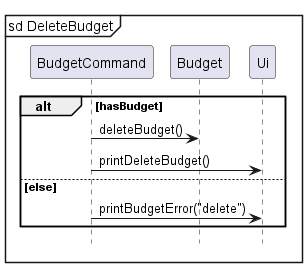
Earlier version of the PlantUML export docs/images/deleteBudget.png (nus-cs2113-AY2324S1/tp).
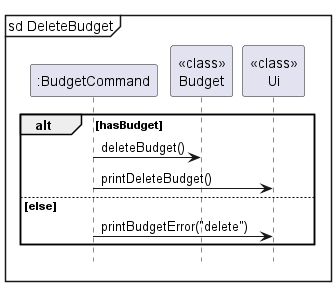
Above is the later version.

Diff of the diagram source:
```diff
@@ -1,9 +1,9 @@
 @startuml
 
 mainframe sd DeleteBudget
-participant BudgetCommand
-participant Budget
-participant Ui
+participant ":BudgetCommand" as BudgetCommand
+participant "<<class>>\nBudget" as Budget
+participant "<<class>>\nUi" as Ui
 
 alt hasBudget
     BudgetCommand -> Budget: deleteBudget()
```
